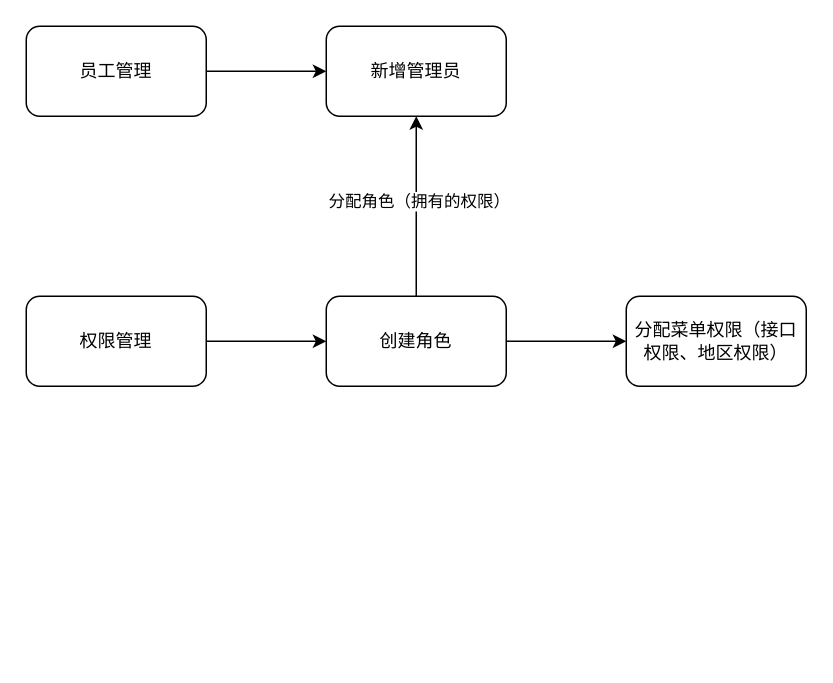
YYB1024/myRemoteRepo keeps this draw.io diagram as 婚奢汇业务流程图/区域加盟商.drawio. Above is the earlier version. Source tidied: cells renumbered, new cells numbered last; positions are measured from the earlier drawing's top-left corner, leaving out a move shared by most shapes. Both pictures are drawn from the tidied source at 150%, with x=0, y=0 at pixel (26, 26).
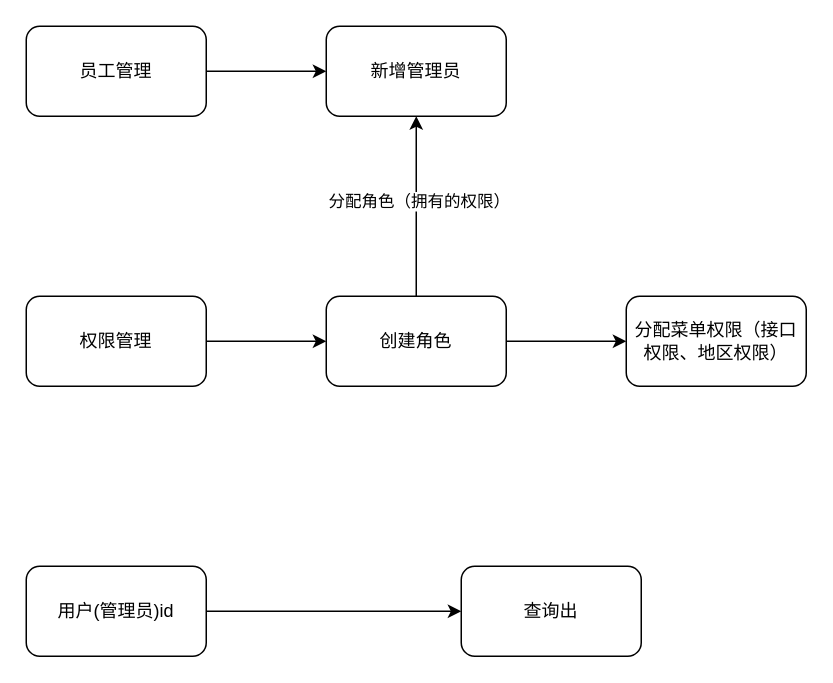
Above is the later version.

Commit message:
更新区域加盟商.drawio

Diff of the diagram source:
```diff
@@
 <mxGraphModel>
   <root>
     <mxCell id="0" />
     <mxCell id="1" parent="0" />
     <mxCell id="2" style="edgeStyle=orthogonalEdgeStyle;rounded=0;jettySize=auto;html=1;" parent="1" edge="1" source="3" target="7">
       <mxGeometry relative="1" as="geometry" />
     </mxCell>
     <mxCell id="3" value="权限管理" style="rounded=1;whiteSpace=wrap;html=1;" parent="1" vertex="1">
       <mxGeometry y="180" width="120" height="60" as="geometry" />
     </mxCell>
     <mxCell id="4" style="edgeStyle=orthogonalEdgeStyle;rounded=0;jettySize=auto;html=1;" parent="1" edge="1" source="7" target="8">
       <mxGeometry relative="1" as="geometry" />
     </mxCell>
     <mxCell id="5" style="edgeStyle=orthogonalEdgeStyle;rounded=0;jettySize=auto;html=1;" parent="1" edge="1" source="7" target="11">
       <mxGeometry relative="1" as="geometry" />
     </mxCell>
     <mxCell id="6" value="分配角色（拥有的权限）" style="edgeLabel;html=1;align=center;verticalAlign=middle;" parent="5" vertex="1">
       <mxGeometry x="0.06" y="-1" relative="1" as="geometry" />
     </mxCell>
     <mxCell id="7" value="创建角色" style="whiteSpace=wrap;html=1;rounded=1;" parent="1" vertex="1">
       <mxGeometry x="200" y="180" width="120" height="60" as="geometry" />
     </mxCell>
     <mxCell id="8" value="分配菜单权限（接口权限、地区权限）" style="whiteSpace=wrap;html=1;rounded=1;" parent="1" vertex="1">
       <mxGeometry x="400" y="180" width="120" height="60" as="geometry" />
     </mxCell>
     <mxCell id="9" style="edgeStyle=orthogonalEdgeStyle;rounded=0;jettySize=auto;html=1;" parent="1" edge="1" source="10" target="11">
       <mxGeometry relative="1" as="geometry" />
     </mxCell>
     <mxCell id="10" value="员工管理" style="rounded=1;whiteSpace=wrap;html=1;" parent="1" vertex="1">
       <mxGeometry width="120" height="60" as="geometry" />
     </mxCell>
     <mxCell id="11" value="新增管理员" style="whiteSpace=wrap;html=1;rounded=1;" parent="1" vertex="1">
       <mxGeometry x="200" width="120" height="60" as="geometry" />
     </mxCell>
+    <mxCell id="12" style="edgeStyle=orthogonalEdgeStyle;rounded=0;jettySize=auto;html=1;" parent="1" edge="1" source="13" target="14">
+      <mxGeometry relative="1" as="geometry" />
+    </mxCell>
+    <mxCell id="13" value="用户(管理员)id" style="rounded=1;whiteSpace=wrap;html=1;" parent="1" vertex="1">
+      <mxGeometry y="360" width="120" height="60" as="geometry" />
+    </mxCell>
+    <mxCell id="14" value="查询出" style="whiteSpace=wrap;html=1;rounded=1;" parent="1" vertex="1">
+      <mxGeometry x="290" y="360" width="120" height="60" as="geometry" />
+    </mxCell>
   </root>
 </mxGraphModel>
```
